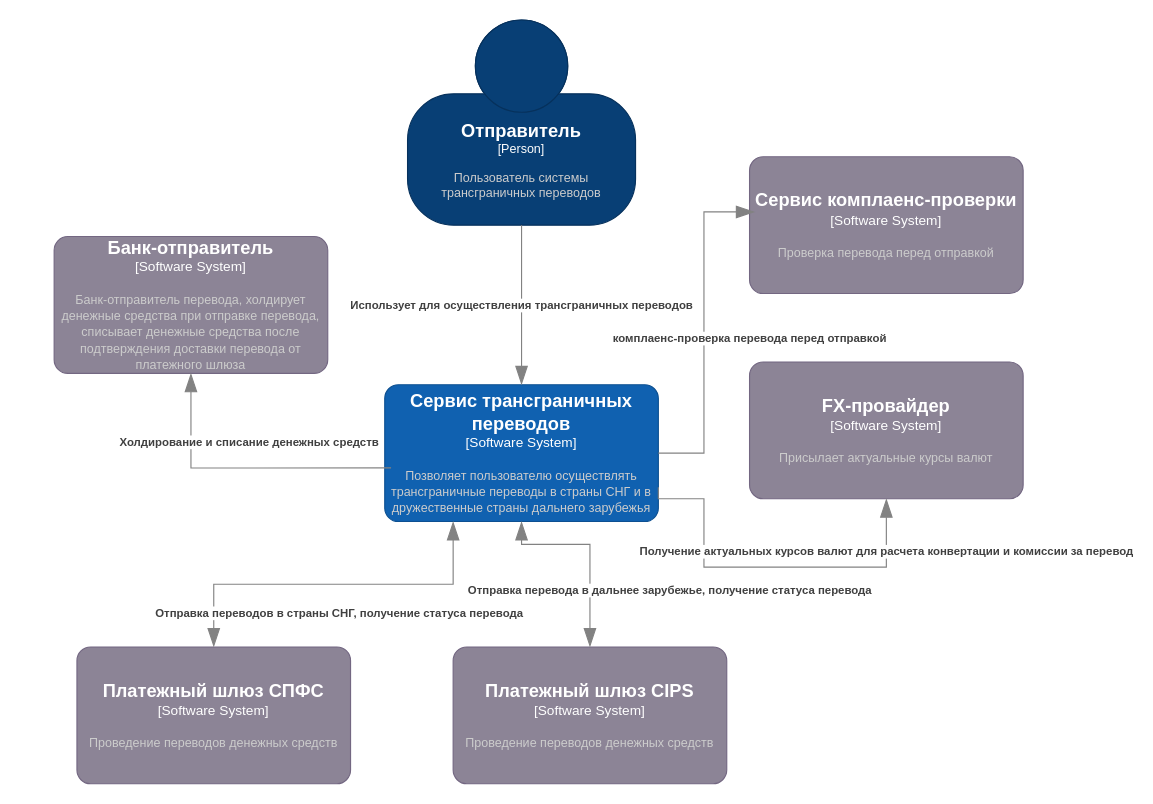
Earlier version of the draw.io diagram 02-architecture/c4-context.drawio (MarinaChinchevich/cross-border-transfers-docs). Source tidied: cells renumbered, new cells numbered last; positions are measured from the earlier drawing's top-left corner, leaving out a move shared by most shapes. Both pictures are drawn from the tidied source at 114%, with x=0, y=0 at pixel (54, 19).
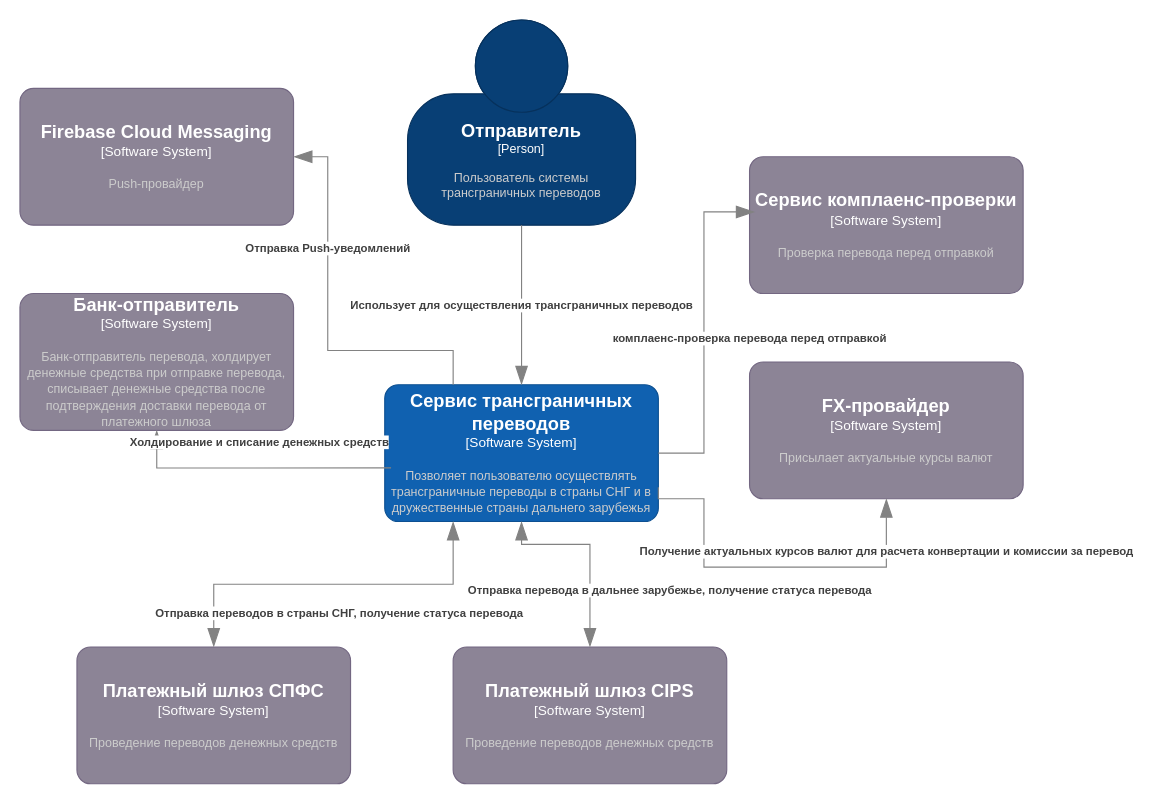
The same page after the edit.

The change refers to these unchanged cells:
```xml
<object id="3" label="&lt;font style=&quot;font-size: 16px&quot;&gt;&lt;b&gt;%c4Name%&lt;/b&gt;&lt;/font&gt;&lt;div&gt;[%c4Type%]&lt;/div&gt;&lt;br&gt;&lt;div&gt;&lt;font style=&quot;font-size: 11px&quot;&gt;&lt;font color=&quot;#cccccc&quot;&gt;%c4Description%&lt;/font&gt;&lt;/div&gt;" c4Description="Позволяет пользователю осуществлять трансграничные переводы в страны СНГ и в дружественные страны дальнего зарубежья" c4Name="Сервис трансграничных переводов" c4Type="Software System" placeholders="1">
  <mxCell style="rounded=1;whiteSpace=wrap;html=1;labelBackgroundColor=none;fillColor=#1061B0;fontColor=#ffffff;align=center;arcSize=10;strokeColor=#0D5091;points=[[0.25,0,0],[0.5,0,0],[0.75,0,0],[1,0.25,0],[1,0.5,0],[1,0.75,0],[0.75,1,0],[0.5,1,0],[0.25,1,0],[0,0.75,0],[0,0.5,0],[0,0.25,0]];" parent="1" vertex="1">
    <mxGeometry x="290" y="320" width="240" height="120" as="geometry" />
  </mxCell>
</object>
```

Diff of the diagram source:
```diff
@@
     <object id="4" label="&lt;font style=&quot;font-size: 16px&quot;&gt;&lt;b&gt;%c4Name%&lt;/b&gt;&lt;/font&gt;&lt;div&gt;[%c4Type%]&lt;/div&gt;&lt;br&gt;&lt;div&gt;&lt;font style=&quot;font-size: 11px&quot;&gt;&lt;font color=&quot;#cccccc&quot;&gt;%c4Description%&lt;/font&gt;&lt;/div&gt;" c4Description="Банк-отправитель перевода, холдирует денежные средства при отправке перевода, списывает денежные средства после подтверждения доставки перевода от платежного шлюза" c4Name="Банк-отправитель" c4Type="Software System" placeholders="1">
       <mxCell style="rounded=1;whiteSpace=wrap;html=1;labelBackgroundColor=none;fillColor=#8C8496;fontColor=#ffffff;align=center;arcSize=10;strokeColor=#736782;points=[[0.25,0,0],[0.5,0,0],[0.75,0,0],[1,0.25,0],[1,0.5,0],[1,0.75,0],[0.75,1,0],[0.5,1,0],[0.25,1,0],[0,0.75,0],[0,0.5,0],[0,0.25,0]];" parent="1" vertex="1">
-        <mxGeometry y="190" width="240" height="120" as="geometry" />
+        <mxGeometry x="-30" y="240" width="240" height="120" as="geometry" />
       </mxCell>
     </object>
@@
+    <object id="15" label="&lt;font style=&quot;font-size: 16px&quot;&gt;&lt;b&gt;%c4Name%&lt;/b&gt;&lt;/font&gt;&lt;div&gt;[%c4Type%]&lt;/div&gt;&lt;br&gt;&lt;div&gt;&lt;font style=&quot;font-size: 11px&quot;&gt;&lt;font color=&quot;#cccccc&quot;&gt;%c4Description%&lt;/font&gt;&lt;/div&gt;" c4Description="Push-провайдер" c4Name="Firebase Cloud Messaging" c4Type="Software System" placeholders="1">
+      <mxCell style="rounded=1;whiteSpace=wrap;html=1;labelBackgroundColor=none;fillColor=#8C8496;fontColor=#ffffff;align=center;arcSize=10;strokeColor=#736782;points=[[0.25,0,0],[0.5,0,0],[0.75,0,0],[1,0.25,0],[1,0.5,0],[1,0.75,0],[0.75,1,0],[0.5,1,0],[0.25,1,0],[0,0.75,0],[0,0.5,0],[0,0.25,0]];" parent="1" vertex="1">
+        <mxGeometry x="-30" y="60" width="240" height="120" as="geometry" />
+      </mxCell>
+    </object>
+    <object id="16" label="&lt;div style=&quot;text-align: left&quot;&gt;&lt;div style=&quot;text-align: center&quot;&gt;&lt;b&gt;%c4Description%&lt;/b&gt;&lt;/div&gt;" c4Description="Отправка Push-уведомлений " placeholders="1">
+      <mxCell style="endArrow=blockThin;html=1;fontSize=10;fontColor=#404040;strokeWidth=1;endFill=1;strokeColor=#828282;elbow=vertical;endSize=14;startSize=14;jumpStyle=arc;jumpSize=16;rounded=0;edgeStyle=orthogonalEdgeStyle;exitX=0.25;exitY=0;exitDx=0;exitDy=0;exitPerimeter=0;" parent="1" edge="1" source="3" target="15">
+        <mxGeometry x="0.35" relative="1" as="geometry">
+          <Array as="points">
+            <mxPoint x="350" y="290" />
+            <mxPoint x="240" y="290" />
+            <mxPoint x="240" y="120" />
+          </Array>
+        </mxGeometry>
+      </mxCell>
+    </object>
```
